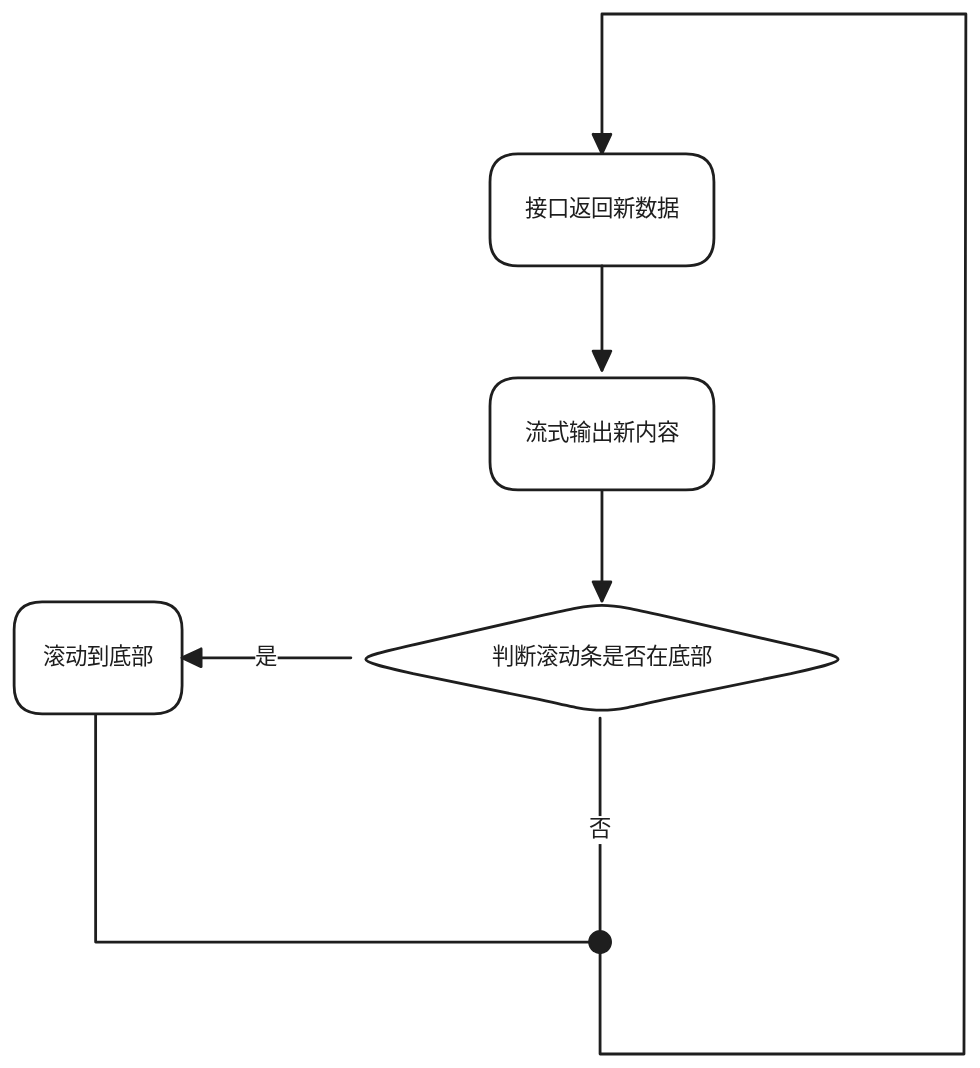
showlotus/showlotus.github.io keeps this Excalidraw diagram as source/_posts/2025/11/流式加载下的滚动体验优化/flow1.excalidraw.svg. Above is the earlier version. Source tidied: one line per element, renumbered; positions are measured from the earlier drawing's top-left corner, leaving out a move shared by most shapes.
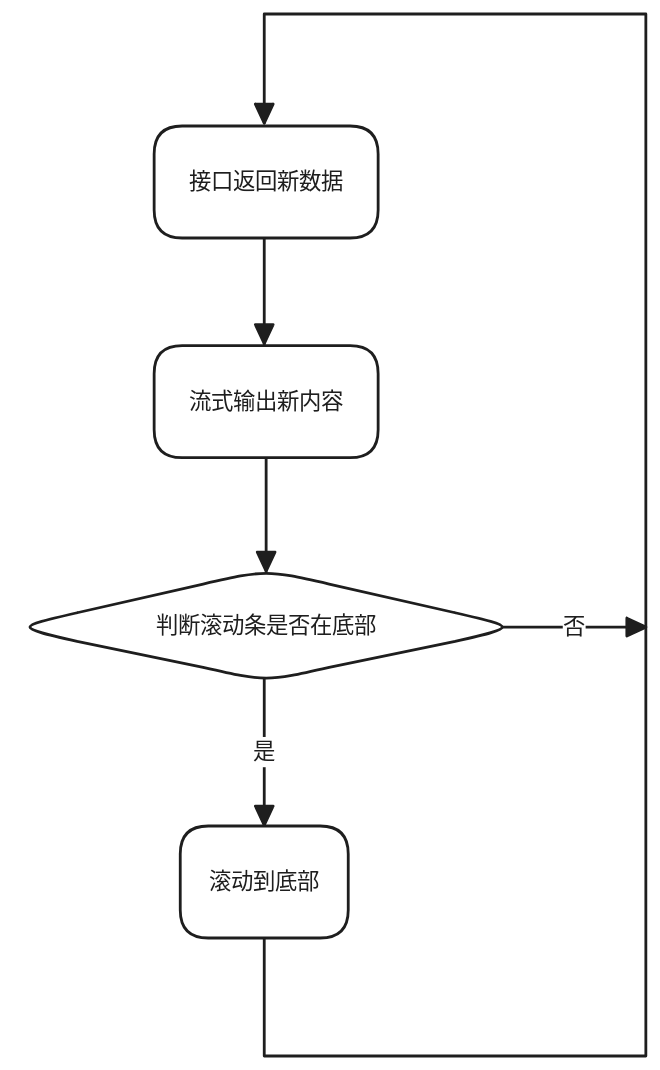
The same diagram one commit later.

Diff of the diagram source:
```diff
@@ -1,16 +1,15 @@
-{"id": 0, "type": "rectangle", "strokeColor": "#1e1e1e", "strokeWidth": 2, "roughness": 0, "round": true, "x": 340, "y": 260, "width": 160, "height": 80}
+{"id": 16, "type": "rectangle", "strokeColor": "#1e1e1e", "strokeWidth": 2, "roughness": 0, "round": true, "x": -113, "y": 296, "width": 160, "height": 80}
-{"id": 1, "type": "text", "text": "流式输出新内容", "strokeColor": "#1e1e1e", "strokeWidth": 2, "roughness": 0, "fontSize": 16, "fontFamily": 5, "textAlign": "center", "verticalAlign": "middle", "inside": 0, "x": 363, "y": 290, "width": 114, "height": 20}
+{"id": 1, "type": "text", "text": "流式输出新内容", "strokeColor": "#1e1e1e", "strokeWidth": 2, "roughness": 0, "fontSize": 16, "fontFamily": 6, "textAlign": "center", "verticalAlign": "middle", "inside": 16, "x": -90, "y": 325, "width": 114, "height": 22}
-{"id": 2, "type": "rectangle", "strokeColor": "#1e1e1e", "strokeWidth": 2, "roughness": 0, "round": true, "x": 340, "y": 100, "width": 160, "height": 80}
+{"id": 17, "type": "rectangle", "strokeColor": "#1e1e1e", "strokeWidth": 2, "roughness": 0, "round": true, "x": -113, "y": 139, "width": 160, "height": 80}
-{"id": 3, "type": "text", "text": "接口返回新数据", "strokeColor": "#1e1e1e", "strokeWidth": 2, "roughness": 0, "fontSize": 16, "fontFamily": 5, "textAlign": "center", "verticalAlign": "middle", "inside": 2, "x": 363, "y": 130, "width": 114, "height": 20}
+{"id": 3, "type": "text", "text": "接口返回新数据", "strokeColor": "#1e1e1e", "strokeWidth": 2, "roughness": 0, "fontSize": 16, "fontFamily": 6, "textAlign": "center", "verticalAlign": "middle", "inside": 17, "x": -90, "y": 168, "width": 114, "height": 22}
-{"id": 4, "type": "rectangle", "strokeColor": "#1e1e1e", "strokeWidth": 2, "roughness": 0, "round": true, "x": 0, "y": 420, "width": 120, "height": 80}
+{"id": 18, "type": "rectangle", "strokeColor": "#1e1e1e", "strokeWidth": 2, "roughness": 0, "round": true, "x": -94, "y": 639, "width": 120, "height": 80}
-{"id": 5, "type": "text", "text": "滚动到底部", "strokeColor": "#1e1e1e", "strokeWidth": 2, "roughness": 0, "fontSize": 16, "fontFamily": 5, "textAlign": "center", "verticalAlign": "middle", "inside": 4, "x": 19, "y": 450, "width": 82, "height": 20}
+{"id": 5, "type": "text", "text": "滚动到底部", "strokeColor": "#1e1e1e", "strokeWidth": 2, "roughness": 0, "fontSize": 16, "fontFamily": 6, "textAlign": "center", "verticalAlign": "middle", "inside": 18, "x": -75, "y": 668, "width": 82, "height": 22}
-{"id": 6, "type": "diamond", "strokeColor": "#1e1e1e", "strokeWidth": 2, "roughness": 0, "round": true, "x": 240, "y": 420, "width": 360, "height": 80}
+{"id": 19, "type": "diamond", "strokeColor": "#1e1e1e", "strokeWidth": 2, "roughness": 0, "round": true, "x": -213, "y": 456, "width": 360, "height": 80}
-{"id": 7, "type": "text", "text": "判断滚动条是否在底部", "strokeColor": "#1e1e1e", "strokeWidth": 2, "roughness": 1, "fontSize": 16, "fontFamily": 5, "textAlign": "center", "verticalAlign": "middle", "inside": 6, "x": 340, "y": 450, "width": 160, "height": 20}
+{"id": 7, "type": "text", "text": "判断滚动条是否在底部", "strokeColor": "#1e1e1e", "strokeWidth": 2, "roughness": 1, "fontSize": 16, "fontFamily": 6, "textAlign": "center", "verticalAlign": "middle", "inside": 19, "x": -114, "y": 485, "width": 163, "height": 22}
-{"id": 8, "type": "arrow", "strokeColor": "#1e1e1e", "strokeWidth": 2, "roughness": 0, "endArrowhead": "triangle", "round": true, "from": 0, "to": 6, "x": 420, "y": 340, "width": 0, "height": 79, "points": [[0, 0], [0, 79]]}
-{"id": 9, "type": "arrow", "strokeColor": "#1e1e1e", "strokeWidth": 2, "roughness": 0, "endArrowhead": "triangle", "round": true, "x": 420, "y": 180, "width": 0, "height": 75, "points": [[0, 0], [0, 75]]}
-{"id": 10, "type": "arrow", "strokeColor": "#1e1e1e", "strokeWidth": 2, "roughness": 0, "endArrowhead": "triangle", "round": true, "from": 6, "x": 241, "y": 460, "width": 121, "height": 0, "points": [[0, 0], [-121, 0]]}
+{"id": 20, "type": "arrow", "strokeColor": "#1e1e1e", "strokeWidth": 2, "roughness": 0, "endArrowhead": "triangle", "round": true, "from": 16, "to": 19, "x": -33, "y": 376, "width": 0, "height": 81, "points": [[0, 0], [0, 81]]}
+{"id": 21, "type": "arrow", "strokeColor": "#1e1e1e", "strokeWidth": 2, "roughness": 0, "endArrowhead": "triangle", "round": true, "from": 19, "to": 18, "x": -34, "y": 534, "width": 0, "height": 104, "points": [[0, 0], [0, 104]]}
-{"id": 11, "type": "text", "text": "是", "strokeColor": "#1e1e1e", "strokeWidth": 2, "roughness": 0, "fontSize": 16, "fontFamily": 5, "textAlign": "center", "verticalAlign": "middle", "inside": 10, "x": 172, "y": 450, "width": 16, "height": 20}
+{"id": 11, "type": "text", "text": "是", "strokeColor": "#1e1e1e", "strokeWidth": 2, "roughness": 1, "fontSize": 16, "fontFamily": 6, "textAlign": "center", "verticalAlign": "middle", "inside": 21, "x": -42, "y": 585, "width": 16, "height": 22}
-{"id": 12, "type": "arrow", "strokeColor": "#1e1e1e", "strokeWidth": 2, "roughness": 0, "endArrowhead": "triangle", "to": 2, "x": 419, "y": 663, "width": 261, "height": 743, "points": [[0, 0], [0, 80], [260, 80], [261, -663], [1, -663], [1, -564]]}
-{"id": 13, "type": "arrow", "strokeColor": "#1e1e1e", "strokeWidth": 2, "roughness": 0, "from": 4, "x": 58, "y": 501, "width": 360, "height": 163, "points": [[0, 0], [0, 163], [360, 163]]}
-{"id": 14, "type": "arrow", "strokeColor": "#1e1e1e", "strokeWidth": 2, "roughness": 0, "endArrowhead": "circle", "from": 6, "x": 419, "y": 503, "width": 0, "height": 160, "points": [[0, 0], [0, 160]]}
+{"id": 22, "type": "arrow", "strokeColor": "#1e1e1e", "strokeWidth": 2, "roughness": 0, "endArrowhead": "triangle", "round": true, "from": 17, "to": 16, "x": -34, "y": 219, "width": 0, "height": 75, "points": [[0, 0], [0, 75]]}
+{"id": 23, "type": "arrow", "strokeColor": "#1e1e1e", "strokeWidth": 2, "roughness": 0, "endArrowhead": "triangle", "round": true, "from": 19, "x": 136, "y": 497, "width": 102, "height": 0, "points": [[0, 0], [102, 0]]}
-{"id": 15, "type": "text", "text": "否", "strokeColor": "#1e1e1e", "strokeWidth": 2, "roughness": 0, "fontSize": 16, "fontFamily": 5, "textAlign": "center", "verticalAlign": "middle", "inside": 14, "x": 411, "y": 573, "width": 16, "height": 20}
+{"id": 15, "type": "text", "text": "否", "strokeColor": "#1e1e1e", "strokeWidth": 2, "roughness": 0, "fontSize": 16, "fontFamily": 6, "textAlign": "center", "verticalAlign": "middle", "inside": 23, "x": 198, "y": 487, "width": 16, "height": 22}
+{"id": 24, "type": "arrow", "strokeColor": "#1e1e1e", "strokeWidth": 2, "roughness": 0, "endArrowhead": "triangle", "from": 18, "to": 17, "x": -34, "y": 719, "width": 273, "height": 744, "points": [[0, 0], [0, 84], [273, 84], [273, -661], [0, -661], [0, -583]]}
```
